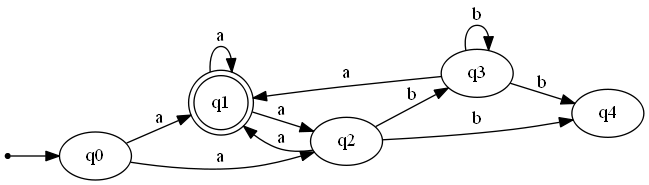
Earlier version of the Graphviz export AFND.gv.png (RDuuke/automata). Its source is kept beside it as AFND.gv. The source it was exported from:
```dot
digraph AFND {
	graph [rankdir=LR]
	ini [shape=point]
	q0
	ini -> q0
	q1 [shape=doublecircle]
	q2
	q3
	q4
	q0 -> q1 [label=a]
	q0 -> q2 [label=a]
	q1 -> q1 [label=a]
	q1 -> q2 [label=a]
	q2 -> q1 [label=a]
	q2 -> q3 [label=b]
	q2 -> q4 [label=b]
	q3 -> q1 [label=a]
	q3 -> q3 [label=b]
	q3 -> q4 [label=b]
}
```
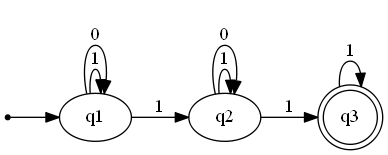
After the commit.

Change to the diagram source:
```diff
@@ -1,20 +1,15 @@
 digraph AFND {
 	graph [rankdir=LR]
 	ini [shape=point]
-	q0
-	ini -> q0
-	q1 [shape=doublecircle]
+	q1
+	ini -> q1
 	q2
-	q3
-	q4
-	q0 -> q1 [label=a]
-	q0 -> q2 [label=a]
-	q1 -> q1 [label=a]
-	q1 -> q2 [label=a]
-	q2 -> q1 [label=a]
-	q2 -> q3 [label=b]
-	q2 -> q4 [label=b]
-	q3 -> q1 [label=a]
-	q3 -> q3 [label=b]
-	q3 -> q4 [label=b]
+	q3 [shape=doublecircle]
+	q1 -> q1 [label=1]
+	q1 -> q2 [label=1]
+	q1 -> q1 [label=0]
+	q2 -> q2 [label=1]
+	q2 -> q3 [label=1]
+	q2 -> q2 [label=0]
+	q3 -> q3 [label=1]
 }
```
